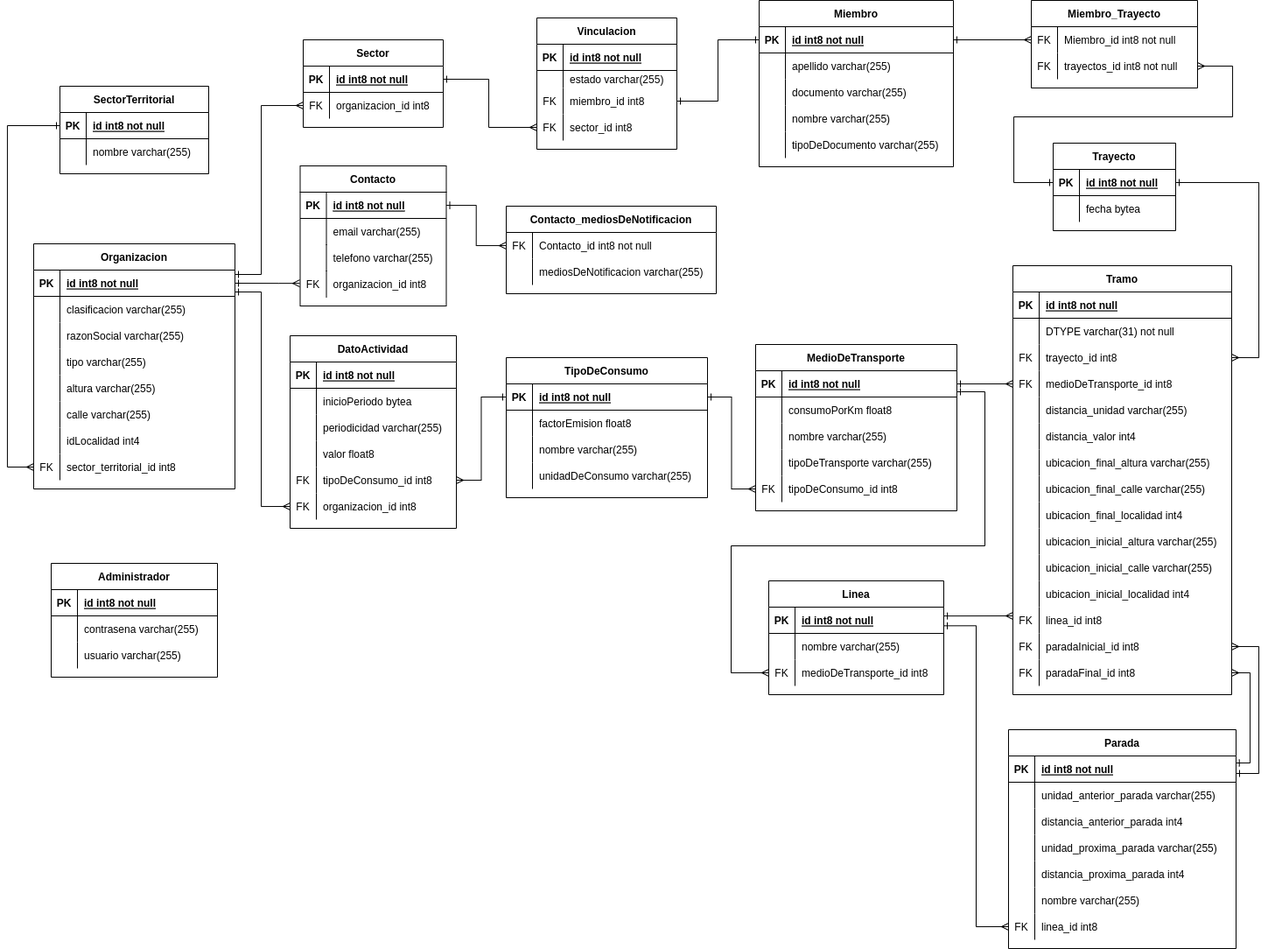
Above: docs/img/DER.png in RaniAgus/dds-2022 (draw.io), before the change. Source tidied: cells renumbered, new cells last; positions are measured from the earlier drawing's top-left corner, leaving out a move shared by most shapes.
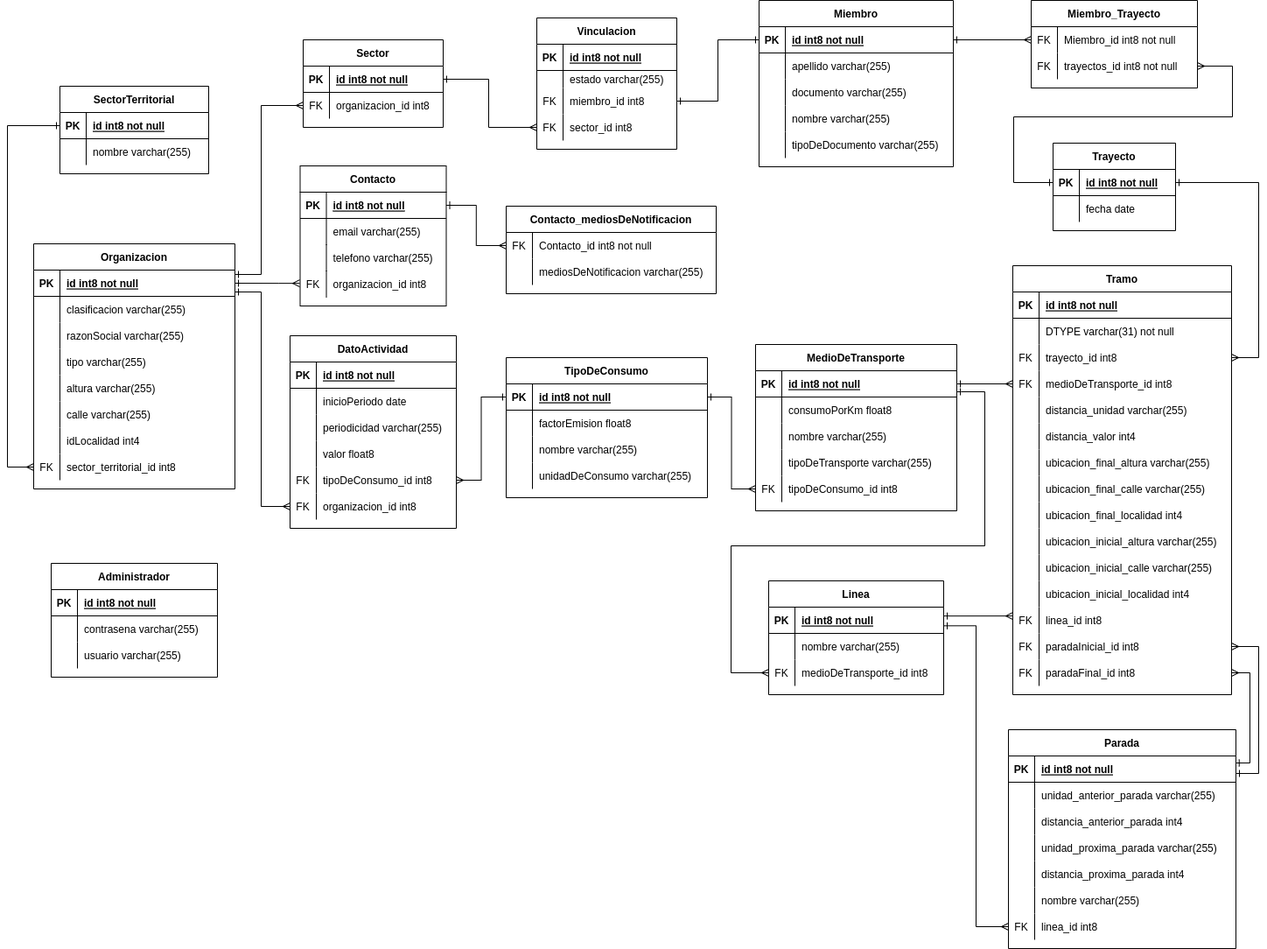
The same diagram one commit later.

Commit message:
actualizo diagramas

The edit, as a diff of the source:
```diff
@@ -50,7 +50,7 @@
     <mxCell id="17" style="shape=partialRectangle;overflow=hidden;fillColor=none;top=0;left=0;bottom=0;right=0;" parent="16" vertex="1">
       <mxGeometry width="30" height="30" as="geometry" />
     </mxCell>
-    <mxCell id="18" value="inicioPeriodo bytea" style="shape=partialRectangle;overflow=hidden;fillColor=none;align=left;top=0;left=0;bottom=0;right=0;spacingLeft=6;" parent="16" vertex="1">
+    <mxCell id="18" value="inicioPeriodo date" style="shape=partialRectangle;overflow=hidden;fillColor=none;align=left;top=0;left=0;bottom=0;right=0;spacingLeft=6;" parent="16" vertex="1">
       <mxGeometry x="30" width="160" height="30" as="geometry" />
     </mxCell>
     <mxCell id="19" style="shape=tableRow;horizontal=0;startSize=0;swimlaneHead=0;swimlaneBody=0;fillColor=none;top=0;left=0;right=0;bottom=0;" parent="12" vertex="1">
@@ -614,7 +614,7 @@
     <mxCell id="205" style="shape=partialRectangle;overflow=hidden;fillColor=none;top=0;left=0;bottom=0;right=0;" parent="204" vertex="1">
       <mxGeometry width="30" height="30" as="geometry" />
     </mxCell>
-    <mxCell id="206" value="fecha bytea" style="shape=partialRectangle;overflow=hidden;fillColor=none;align=left;top=0;left=0;bottom=0;right=0;spacingLeft=6;" parent="204" vertex="1">
+    <mxCell id="206" value="fecha date" style="shape=partialRectangle;overflow=hidden;fillColor=none;align=left;top=0;left=0;bottom=0;right=0;spacingLeft=6;" parent="204" vertex="1">
       <mxGeometry x="30" width="110" height="30" as="geometry" />
     </mxCell>
     <mxCell id="207" value="Vinculacion" style="shape=table;startSize=30;rowLines=0;fontStyle=1;align=center;" parent="1" vertex="1">
```
